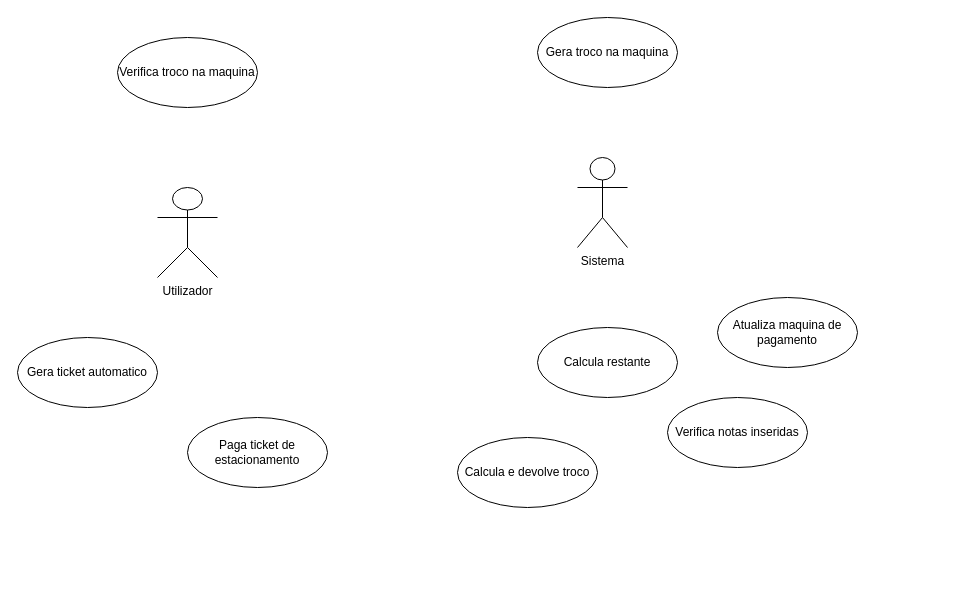
Above: Use_cases_estacionamento.drawio in danielarraiol02/tpsi-oop-2065422-25 (draw.io), before the change. Source tidied: cells renumbered, new cells numbered last; positions are measured from the earlier drawing's top-left corner, leaving out a move shared by most shapes. Both pictures are drawn from the tidied source at 100%, with x=0, y=0 at pixel (17, 17).
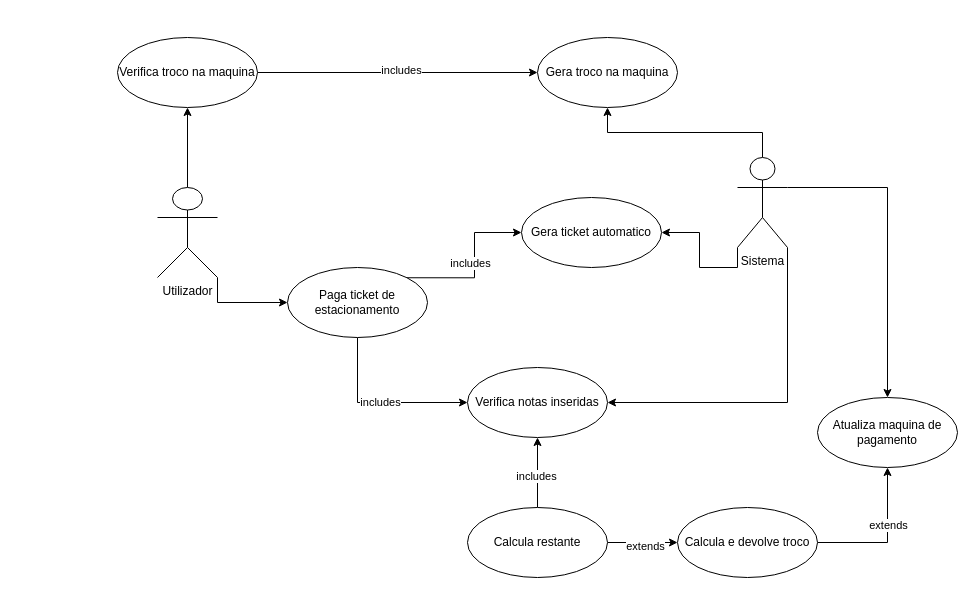
Above is the later version.

The change refers to these unchanged cells:
```xml
<mxCell id="2" value="Utilizador" style="shape=umlActor;verticalLabelPosition=bottom;verticalAlign=top;html=1;outlineConnect=0;" parent="1" vertex="1">
  <mxGeometry x="140" y="170" width="60" height="90" as="geometry" />
</mxCell>
<mxCell id="6" value="Verifica troco na maquina" style="ellipse;whiteSpace=wrap;html=1;" parent="1" vertex="1">
  <mxGeometry x="100" y="20" width="140" height="70" as="geometry" />
</mxCell>
```

What changed in the source:
```diff
@@
+    <mxCell id="12" style="edgeStyle=orthogonalEdgeStyle;rounded=0;jettySize=auto;html=1;exitX=0.5;exitY=0;exitDx=0;exitDy=0;exitPerimeter=0;" parent="1" edge="1" source="2" target="6">
+      <mxGeometry relative="1" as="geometry" />
+    </mxCell>
+    <mxCell id="13" style="edgeStyle=orthogonalEdgeStyle;rounded=0;jettySize=auto;html=1;exitX=0;exitY=1;exitDx=0;exitDy=0;exitPerimeter=0;" parent="1" edge="1" source="3" target="8">
+      <mxGeometry relative="1" as="geometry" />
+    </mxCell>
+    <mxCell id="14" style="edgeStyle=orthogonalEdgeStyle;rounded=0;jettySize=auto;html=1;exitX=0.5;exitY=0;exitDx=0;exitDy=0;exitPerimeter=0;entryX=0.5;entryY=1;entryDx=0;entryDy=0;" parent="1" edge="1" source="3" target="4">
+      <mxGeometry relative="1" as="geometry" />
+    </mxCell>
+    <mxCell id="15" style="edgeStyle=orthogonalEdgeStyle;rounded=0;jettySize=auto;html=1;exitX=1;exitY=1;exitDx=0;exitDy=0;exitPerimeter=0;" parent="1" edge="1" source="2" target="7">
+      <mxGeometry relative="1" as="geometry" />
+    </mxCell>
+    <mxCell id="16" style="edgeStyle=orthogonalEdgeStyle;rounded=0;jettySize=auto;html=1;exitX=1;exitY=1;exitDx=0;exitDy=0;exitPerimeter=0;entryX=1;entryY=0.5;entryDx=0;entryDy=0;" parent="1" edge="1" source="3" target="9">
+      <mxGeometry relative="1" as="geometry" />
+    </mxCell>
+    <mxCell id="4" value="Gera troco na maquina" style="ellipse;whiteSpace=wrap;html=1;" parent="1" vertex="1">
+      <mxGeometry x="520" y="20" width="140" height="70" as="geometry" />
+    </mxCell>
@@
+    <mxCell id="17" style="edgeStyle=orthogonalEdgeStyle;rounded=0;jettySize=auto;html=1;exitX=1;exitY=0.3333333333333333;exitDx=0;exitDy=0;exitPerimeter=0;entryX=0.5;entryY=0;entryDx=0;entryDy=0;" parent="1" edge="1" source="3" target="5">
+      <mxGeometry relative="1" as="geometry" />
+    </mxCell>
+    <mxCell id="5" value="Atualiza maquina de pagamento" style="ellipse;whiteSpace=wrap;html=1;" parent="1" vertex="1">
+      <mxGeometry x="800" y="380" width="140" height="70" as="geometry" />
+    </mxCell>
     <mxCell id="3" value="Sistema" style="shape=umlActor;verticalLabelPosition=bottom;verticalAlign=top;html=1;outlineConnect=0;" parent="1" vertex="1">
-      <mxGeometry x="560" y="140" width="50" height="90" as="geometry" />
+      <mxGeometry x="720" y="140" width="50" height="90" as="geometry" />
     </mxCell>
-    <mxCell id="4" value="Gera troco na maquina" style="ellipse;whiteSpace=wrap;html=1;" parent="1" vertex="1">
-      <mxGeometry x="520" width="140" height="70" as="geometry" />
-    </mxCell>
-    <mxCell id="5" value="Atualiza maquina de pagamento" style="ellipse;whiteSpace=wrap;html=1;" parent="1" vertex="1">
-      <mxGeometry x="700" y="280" width="140" height="70" as="geometry" />
-    </mxCell>
+    <mxCell id="18" style="edgeStyle=orthogonalEdgeStyle;rounded=0;jettySize=auto;html=1;exitX=1;exitY=0.5;exitDx=0;exitDy=0;" parent="1" edge="1" source="6" target="4">
+      <mxGeometry relative="1" as="geometry" />
+    </mxCell>
+    <mxCell id="19" value="includes" style="edgeLabel;html=1;align=center;verticalAlign=middle;" parent="18" vertex="1">
+      <mxGeometry x="0.02" y="3" relative="1" as="geometry" />
+    </mxCell>
@@
+    <mxCell id="20" style="edgeStyle=orthogonalEdgeStyle;rounded=0;jettySize=auto;html=1;exitX=1;exitY=0;exitDx=0;exitDy=0;entryX=0;entryY=0.5;entryDx=0;entryDy=0;" parent="1" edge="1" source="7" target="8">
+      <mxGeometry relative="1" as="geometry" />
+    </mxCell>
+    <mxCell id="21" value="includes" style="edgeLabel;html=1;align=center;verticalAlign=middle;" parent="20" vertex="1">
+      <mxGeometry x="0.28" y="-3" relative="1" as="geometry">
+        <mxPoint x="-8" y="20" as="offset" />
+      </mxGeometry>
+    </mxCell>
+    <mxCell id="22" style="edgeStyle=orthogonalEdgeStyle;rounded=0;jettySize=auto;html=1;exitX=0.5;exitY=1;exitDx=0;exitDy=0;entryX=0;entryY=0.5;entryDx=0;entryDy=0;" parent="1" edge="1" source="7" target="9">
+      <mxGeometry relative="1" as="geometry" />
+    </mxCell>
+    <mxCell id="23" value="includes" style="edgeLabel;html=1;align=center;verticalAlign=middle;" parent="22" vertex="1">
+      <mxGeometry x="-0.01" y="1" relative="1" as="geometry" />
+    </mxCell>
+    <mxCell id="8" value="Gera ticket automatico" style="ellipse;whiteSpace=wrap;html=1;" parent="1" vertex="1">
+      <mxGeometry x="504" y="180" width="140" height="70" as="geometry" />
+    </mxCell>
     <mxCell id="7" value="Paga ticket de estacionamento" style="ellipse;whiteSpace=wrap;html=1;" parent="1" vertex="1">
-      <mxGeometry x="170" y="400" width="140" height="70" as="geometry" />
+      <mxGeometry x="270" y="250" width="140" height="70" as="geometry" />
     </mxCell>
-    <mxCell id="8" value="Gera ticket automatico" style="ellipse;whiteSpace=wrap;html=1;" parent="1" vertex="1">
-      <mxGeometry y="320" width="140" height="70" as="geometry" />
-    </mxCell>
     <mxCell id="9" value="Verifica notas inseridas" style="ellipse;whiteSpace=wrap;html=1;" parent="1" vertex="1">
-      <mxGeometry x="650" y="380" width="140" height="70" as="geometry" />
+      <mxGeometry x="450" y="350" width="140" height="70" as="geometry" />
     </mxCell>
+    <mxCell id="24" style="edgeStyle=orthogonalEdgeStyle;rounded=0;jettySize=auto;html=1;" parent="1" edge="1" source="10" target="9">
+      <mxGeometry relative="1" as="geometry" />
+    </mxCell>
+    <mxCell id="25" value="includes" style="edgeLabel;html=1;align=center;verticalAlign=middle;" parent="24" vertex="1">
+      <mxGeometry x="-0.1" y="2" relative="1" as="geometry" />
+    </mxCell>
+    <mxCell id="26" style="edgeStyle=orthogonalEdgeStyle;rounded=0;jettySize=auto;html=1;exitX=1;exitY=0.5;exitDx=0;exitDy=0;entryX=0;entryY=0.5;entryDx=0;entryDy=0;" parent="1" edge="1" source="10" target="11">
+      <mxGeometry relative="1" as="geometry" />
+    </mxCell>
+    <mxCell id="27" value="extends" style="edgeLabel;html=1;align=center;verticalAlign=middle;" parent="26" vertex="1">
+      <mxGeometry x="0.07" y="-3" relative="1" as="geometry" />
+    </mxCell>
+    <mxCell id="28" style="edgeStyle=orthogonalEdgeStyle;rounded=0;jettySize=auto;html=1;exitX=1;exitY=0.5;exitDx=0;exitDy=0;entryX=0.5;entryY=1;entryDx=0;entryDy=0;" parent="1" edge="1" source="11" target="5">
+      <mxGeometry relative="1" as="geometry" />
+    </mxCell>
+    <mxCell id="29" value="extends" style="edgeLabel;html=1;align=center;verticalAlign=middle;" parent="28" vertex="1">
+      <mxGeometry x="0.21" relative="1" as="geometry" />
+    </mxCell>
     <mxCell id="10" value="Calcula restante" style="ellipse;whiteSpace=wrap;html=1;" parent="1" vertex="1">
-      <mxGeometry x="520" y="310" width="140" height="70" as="geometry" />
+      <mxGeometry x="450" y="490" width="140" height="70" as="geometry" />
     </mxCell>
     <mxCell id="11" value="Calcula e devolve troco" style="ellipse;whiteSpace=wrap;html=1;" parent="1" vertex="1">
-      <mxGeometry x="440" y="420" width="140" height="70" as="geometry" />
+      <mxGeometry x="660" y="490" width="140" height="70" as="geometry" />
     </mxCell>
```
